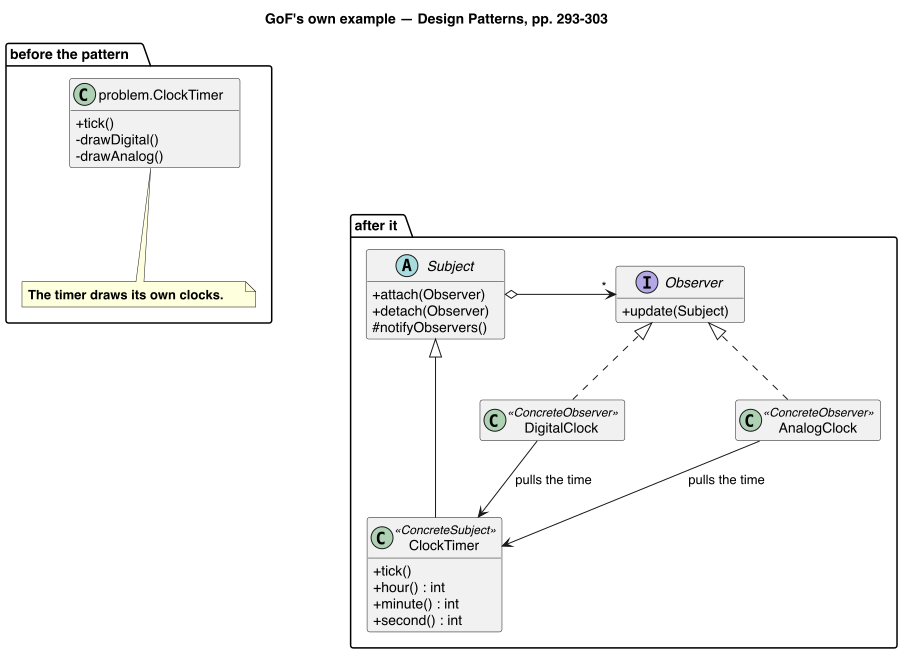
Above: src/main/java/dev/kaldiroglu/dp/behavioral/observer/gof/uml/Observer - Clock Timer (GoF) - Class Diagram.png in kaldiroglu/DesignPatternsWithJava (PlantUML), before the change. Its source is kept beside it as src/main/java/dev/kaldiroglu/dp/behavioral/observer/gof/uml/Observer - Clock Timer (GoF) - Class Diagram.puml.
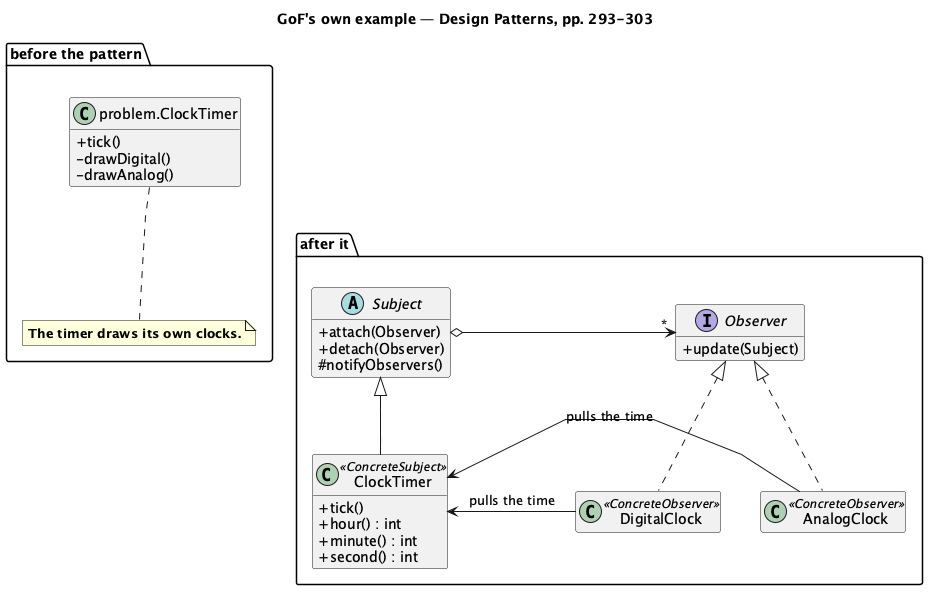
The same file after the commit.

Change to the diagram source:
```diff
@@ -1,7 +1,8 @@
 @startuml "Observer - Clock Timer (GoF) - Class Diagram"
+skinparam linetype polyline
+skinparam nodesep 40
 skinparam classAttributeIconSize 0
 hide empty members
-skinparam nodesep 111
 title GoF's own example — Design Patterns, pp. 293-303
 package "before the pattern" {
   class "problem.ClockTimer" as P {
@@ -30,17 +31,13 @@
   }
   class DigitalClock <<ConcreteObserver>>
   class AnalogClock <<ConcreteObserver>>
-  Subject o-right-> "*" Observer
-  Subject <|--- ClockTimer
+  Subject <|-- ClockTimer
   Observer <|.. DigitalClock
   Observer <|.. AnalogClock
-  DigitalClock --> ClockTimer : pulls the time
-  AnalogClock --> ClockTimer : pulls the time
   DigitalClock -[hidden]right- AnalogClock
-  Subject -[hidden]-- ClockTimer
-  Subject -[hidden]-- ClockTimer
-  Subject -[hidden]-- ClockTimer
-  Subject -[hidden]-- ClockTimer
 }
 P -[hidden]down- Subject
+  Subject o-[norank]-> "*" Observer
+  DigitalClock -[norank]-> ClockTimer : pulls the time
+  AnalogClock -[norank]-> ClockTimer : pulls the time
 @enduml
```
